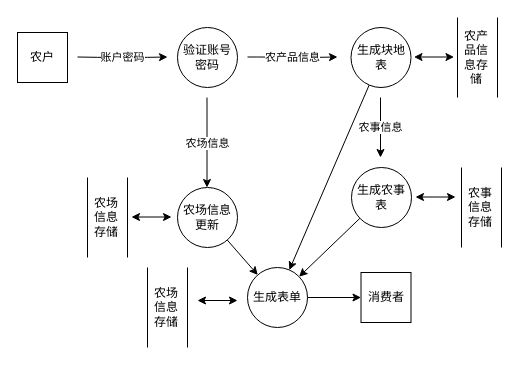
Earlier version of the draw.io diagram Untitled Diagram.drawio (suzhenjing/text). Source tidied: cells renumbered, new cells numbered last; positions are measured from the earlier drawing's top-left corner, leaving out a move shared by most shapes. Both pictures are drawn from the tidied source at 100%, with x=0, y=0 at pixel (17, 17).
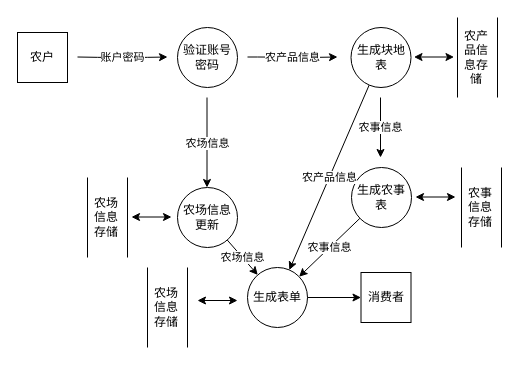
The same page after the edit.

The change refers to these unchanged cells:
```xml
<mxCell id="6" value="生成块地表" style="ellipse;whiteSpace=wrap;html=1;" parent="1" vertex="1">
  <mxGeometry x="333.5" y="10" width="60" height="60" as="geometry" />
</mxCell>
<mxCell id="9" value="农场信息更新" style="ellipse;whiteSpace=wrap;html=1;" parent="1" vertex="1">
  <mxGeometry x="160" y="170" width="60" height="60" as="geometry" />
</mxCell>
<mxCell id="19" value="生成农事表" style="ellipse;whiteSpace=wrap;html=1;" parent="1" vertex="1">
  <mxGeometry x="334" y="150" width="60" height="60" as="geometry" />
</mxCell>
<mxCell id="24" value="生成表单" style="ellipse;whiteSpace=wrap;html=1;" parent="1" vertex="1">
  <mxGeometry x="230" y="250" width="60" height="60" as="geometry" />
</mxCell>
```

Change to the diagram source:
```diff
@@
-    <mxCell id="25" style="endArrow=classic;html=1;" parent="1" edge="1" source="19" target="24">
+    <mxCell id="25" value="农事信息" style="endArrow=classic;html=1;" parent="1" edge="1" source="19" target="24">
       <mxGeometry relative="1" as="geometry" />
     </mxCell>
-    <mxCell id="26" style="endArrow=classic;html=1;" parent="1" edge="1" source="9" target="24">
+    <mxCell id="26" value="农场信息" style="endArrow=classic;html=1;" parent="1" edge="1" source="9" target="24">
       <mxGeometry relative="1" as="geometry" />
     </mxCell>
-    <mxCell id="27" style="endArrow=classic;html=1;" parent="1" edge="1" source="6" target="24">
+    <mxCell id="27" value="农产品信息" style="endArrow=classic;html=1;" parent="1" edge="1" source="6" target="24">
       <mxGeometry relative="1" as="geometry" />
     </mxCell>
```
